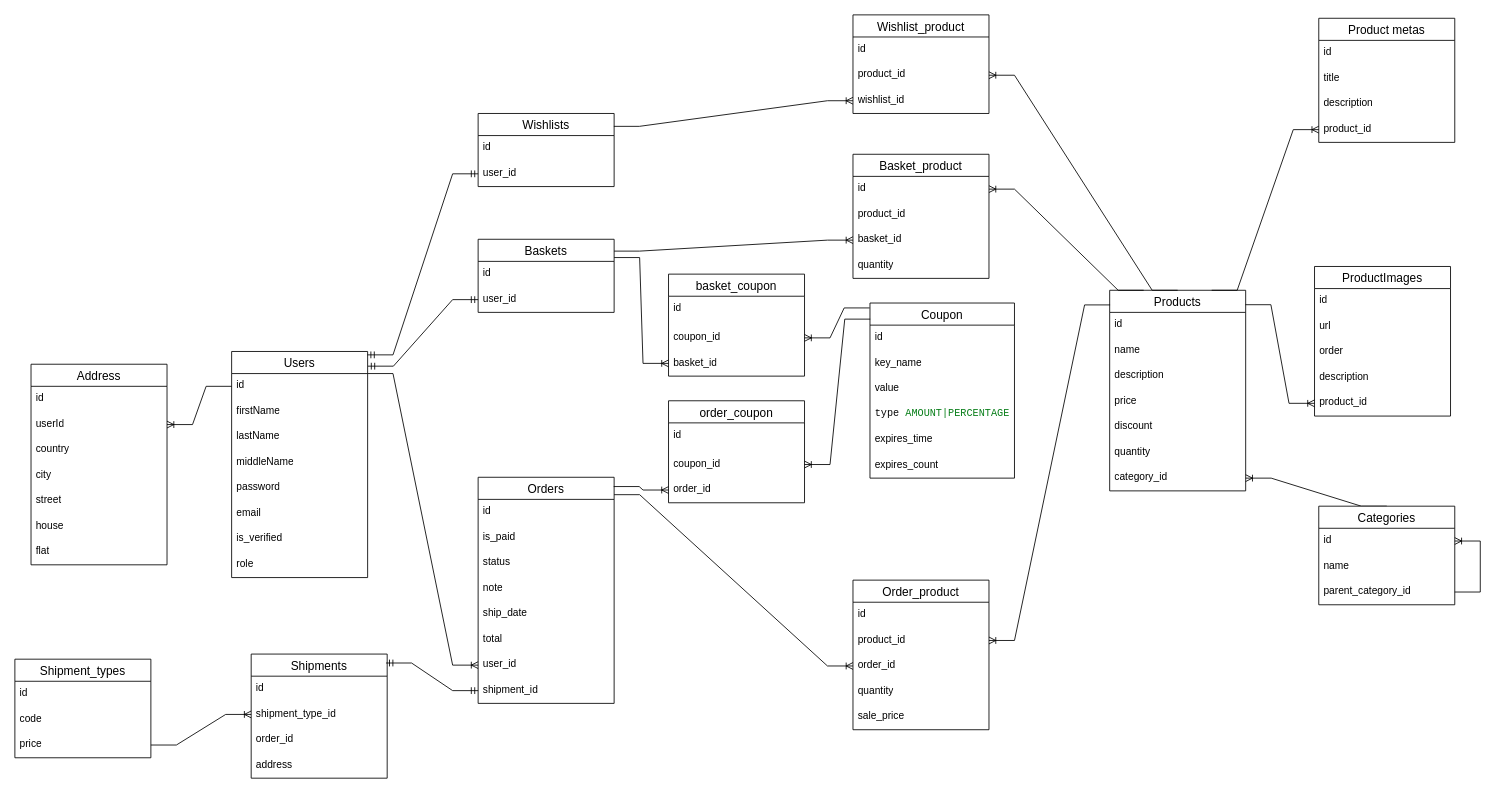
Above: src/server/models/dbDiagram.drawio in Bonzar/midnight (draw.io), before the change. Source tidied: cells renumbered, new cells numbered last; positions are measured from the earlier drawing's top-left corner, leaving out a move shared by most shapes. Both pictures are drawn from the tidied source at 85%, with x=0, y=0 at pixel (14, 14).
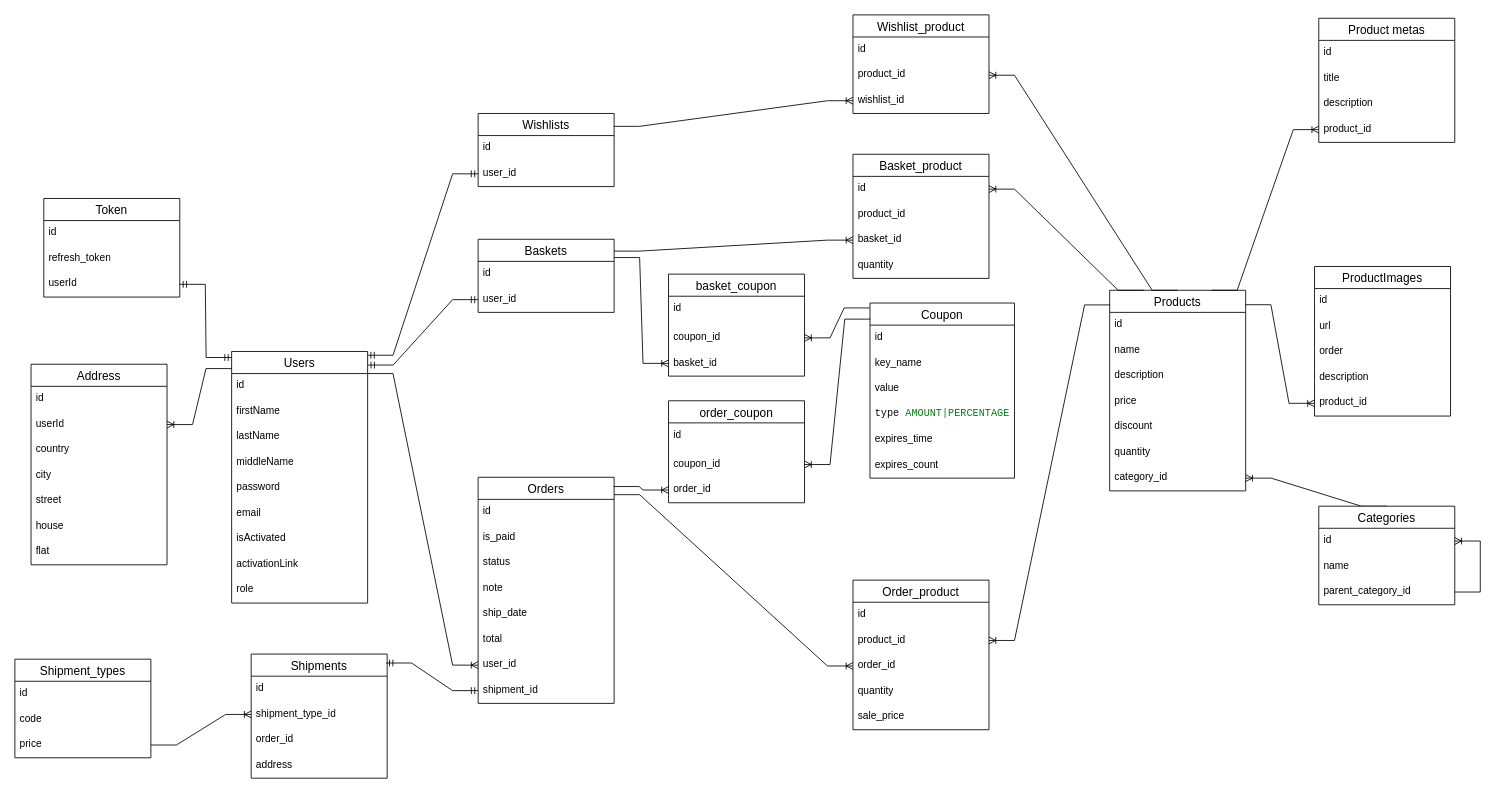
Above is the later version.

Commit message (it also covers changes not shown here):
added Token model

Unchanged cells that the change refers to:
```xml
<mxCell id="3" value="id" style="text;strokeColor=none;fillColor=none;spacingLeft=4;spacingRight=4;overflow=hidden;points=[[0,0.5],[1,0.5]];portConstraint=eastwest;fontSize=12;whiteSpace=wrap;html=1;" parent="2" vertex="1">
  <mxGeometry y="26" width="160" height="30" as="geometry" />
</mxCell>
<mxCell id="13" value="user_id" style="text;strokeColor=none;fillColor=none;spacingLeft=4;spacingRight=4;overflow=hidden;points=[[0,0.5],[1,0.5]];portConstraint=eastwest;fontSize=12;whiteSpace=wrap;html=1;" parent="11" vertex="1">
  <mxGeometry y="56" width="160" height="30" as="geometry" />
</mxCell>
<mxCell id="78" value="userId" style="text;strokeColor=none;fillColor=none;spacingLeft=4;spacingRight=4;overflow=hidden;points=[[0,0.5],[1,0.5]];portConstraint=eastwest;fontSize=12;whiteSpace=wrap;html=1;" parent="76" vertex="1">
  <mxGeometry y="56" width="160" height="30" as="geometry" />
</mxCell>
```

The edit, as a diff of the source:
```diff
@@
     <mxCell id="2" value="Users" style="swimlane;fontStyle=0;horizontal=1;startSize=26;align=center;fontSize=14;" parent="1" vertex="1">
-      <mxGeometry x="255" y="396" width="160" height="266" as="geometry" />
+      <mxGeometry x="255" y="396" width="160" height="296" as="geometry" />
     </mxCell>
@@
-    <mxCell id="9" value="is_verified" style="text;strokeColor=none;fillColor=none;spacingLeft=4;spacingRight=4;overflow=hidden;fontSize=12;whiteSpace=wrap;html=1;" parent="2" vertex="1">
+    <mxCell id="9" value="isActivated" style="text;strokeColor=none;fillColor=none;spacingLeft=4;spacingRight=4;overflow=hidden;fontSize=12;whiteSpace=wrap;html=1;" parent="2" vertex="1">
       <mxGeometry y="206" width="160" height="30" as="geometry" />
     </mxCell>
+    <mxCell id="116" value="activationLink" style="text;strokeColor=none;fillColor=none;spacingLeft=4;spacingRight=4;overflow=hidden;fontSize=12;whiteSpace=wrap;html=1;" parent="2" vertex="1">
+      <mxGeometry y="236" width="160" height="30" as="geometry" />
+    </mxCell>
     <mxCell id="10" value="role" style="text;strokeColor=none;fillColor=none;spacingLeft=4;spacingRight=4;overflow=hidden;fontSize=12;whiteSpace=wrap;html=1;" parent="2" vertex="1">
-      <mxGeometry y="236" width="160" height="30" as="geometry" />
+      <mxGeometry y="266" width="160" height="30" as="geometry" />
     </mxCell>
@@
-    <mxCell id="14" style="edgeStyle=entityRelationEdgeStyle;fontSize=12;html=1;endArrow=ERmandOne;startArrow=ERmandOne;rounded=0;entryX=0;entryY=0.5;entryDx=0;entryDy=0;exitX=1.002;exitY=0.065;exitDx=0;exitDy=0;exitPerimeter=0;" parent="1" edge="1" source="2" target="13">
+    <mxCell id="14" style="edgeStyle=entityRelationEdgeStyle;fontSize=12;html=1;endArrow=ERmandOne;startArrow=ERmandOne;rounded=0;entryX=0;entryY=0.5;entryDx=0;entryDy=0;exitX=1;exitY=0.054;exitDx=0;exitDy=0;exitPerimeter=0;" parent="1" edge="1" source="2" target="13">
       <mxGeometry relative="1" as="geometry" />
     </mxCell>
@@
-    <mxCell id="84" style="edgeStyle=entityRelationEdgeStyle;fontSize=12;html=1;endArrow=ERoneToMany;rounded=0;exitX=0;exitY=0.5;exitDx=0;exitDy=0;entryX=1;entryY=0.5;entryDx=0;entryDy=0;" parent="1" edge="1" source="3" target="78">
+    <mxCell id="84" style="edgeStyle=entityRelationEdgeStyle;fontSize=12;html=1;endArrow=ERoneToMany;rounded=0;exitX=-0.001;exitY=0.068;exitDx=0;exitDy=0;entryX=1;entryY=0.5;entryDx=0;entryDy=0;exitPerimeter=0;" parent="1" edge="1" source="2" target="78">
       <mxGeometry relative="1" as="geometry" />
     </mxCell>
@@
+    <mxCell id="117" value="Token" style="swimlane;fontStyle=0;horizontal=1;startSize=26;align=center;fontSize=14;" parent="1" vertex="1">
+      <mxGeometry x="34" y="216" width="160" height="116" as="geometry" />
+    </mxCell>
+    <mxCell id="118" value="id" style="text;strokeColor=none;fillColor=none;spacingLeft=4;spacingRight=4;overflow=hidden;fontSize=12;whiteSpace=wrap;html=1;" parent="117" vertex="1">
+      <mxGeometry y="26" width="160" height="30" as="geometry" />
+    </mxCell>
+    <mxCell id="119" value="refresh_token" style="text;strokeColor=none;fillColor=none;spacingLeft=4;spacingRight=4;overflow=hidden;fontSize=12;whiteSpace=wrap;html=1;" parent="117" vertex="1">
+      <mxGeometry y="56" width="160" height="30" as="geometry" />
+    </mxCell>
+    <mxCell id="120" value="userId" style="text;strokeColor=none;fillColor=none;spacingLeft=4;spacingRight=4;overflow=hidden;points=[[0,0.5],[1,0.5]];portConstraint=eastwest;fontSize=12;whiteSpace=wrap;html=1;" parent="117" vertex="1">
+      <mxGeometry y="86" width="160" height="30" as="geometry" />
+    </mxCell>
+    <mxCell id="121" style="edgeStyle=entityRelationEdgeStyle;fontSize=12;html=1;endArrow=ERmandOne;startArrow=ERmandOne;rounded=0;entryX=1;entryY=0.5;entryDx=0;entryDy=0;exitX=0;exitY=0.024;exitDx=0;exitDy=0;exitPerimeter=0;" parent="1" edge="1" source="2" target="120">
+      <mxGeometry relative="1" as="geometry" />
+    </mxCell>
```
